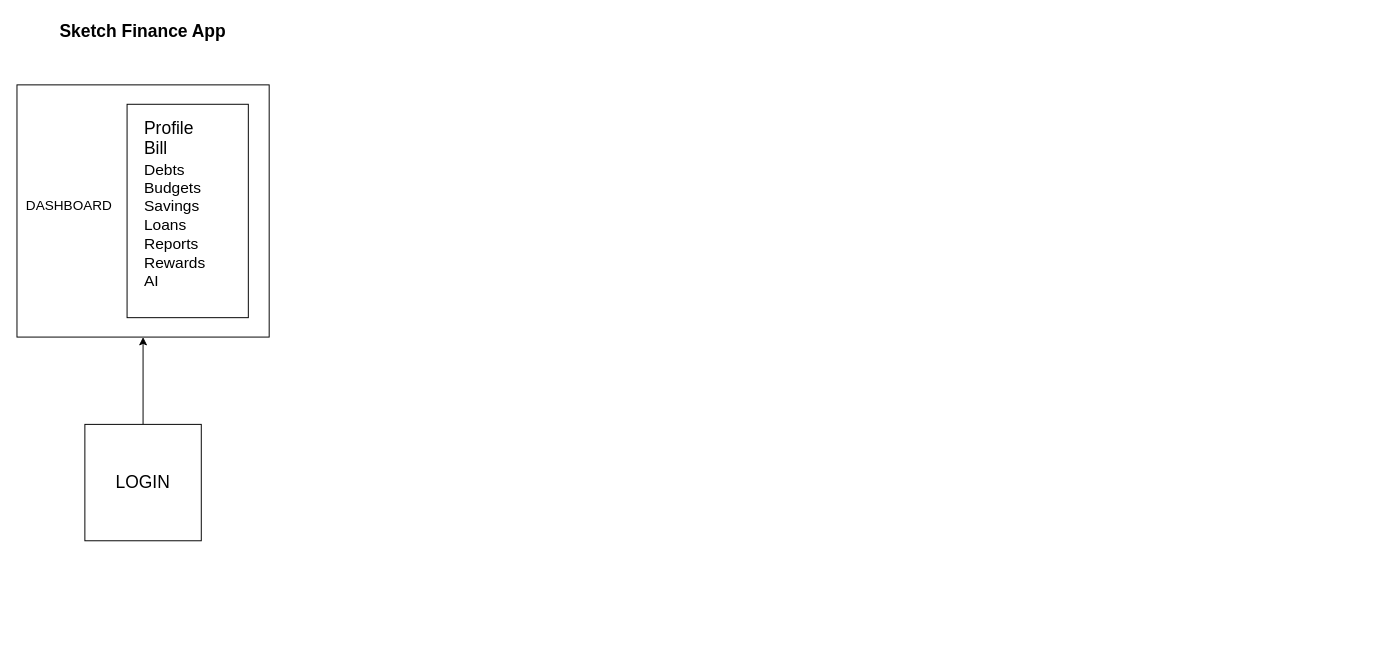
Earlier version of the draw.io diagram MVC and Sketch.drawio (cibusse/diagrams). Source tidied: cells renumbered, new cells numbered last; positions are measured from the earlier drawing's top-left corner, leaving out a move shared by most shapes. Both pictures are drawn from the tidied source at 97%, with x=0, y=0 at pixel (16, 16).
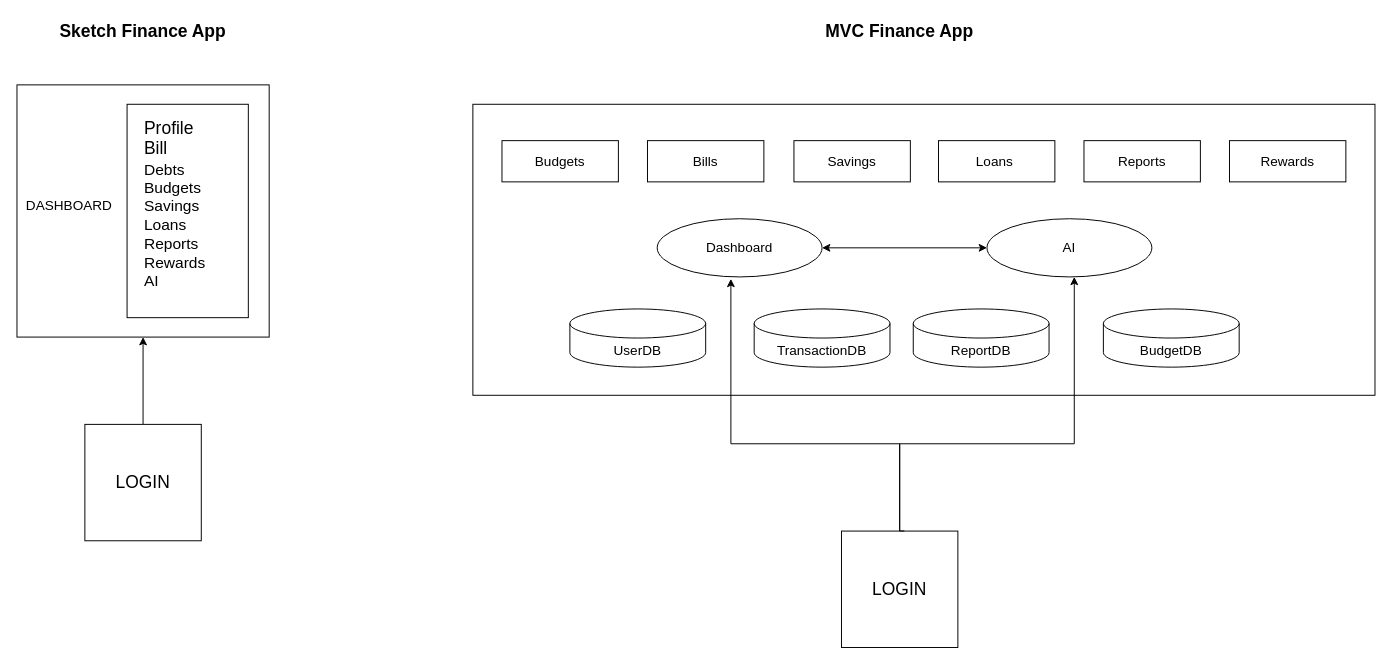
Above is the later version.

Diff of the diagram source:
```diff
@@
+    <mxCell id="9" style="rounded=0;whiteSpace=wrap;html=1;" parent="1" vertex="1">
+      <mxGeometry x="470" y="90" width="930" height="300" as="geometry" />
+    </mxCell>
@@
+    <mxCell id="10" value="&lt;font style=&quot;font-size: 18px;&quot;&gt;LOGIN&lt;/font&gt;" style="whiteSpace=wrap;html=1;" parent="1" vertex="1">
+      <mxGeometry x="850" y="530" width="120" height="120" as="geometry" />
+    </mxCell>
+    <mxCell id="11" value="&lt;font style=&quot;font-size: 18px;&quot;&gt;&lt;b&gt;MVC Finance App&lt;/b&gt;&lt;/font&gt;" style="text;html=1;align=center;verticalAlign=middle;whiteSpace=wrap;rounded=0;" parent="1" vertex="1">
+      <mxGeometry x="795" width="230" height="30" as="geometry" />
+    </mxCell>
+    <mxCell id="12" value="&lt;font style=&quot;font-size: 14px;&quot;&gt;UserDB&lt;/font&gt;" style="shape=cylinder3;whiteSpace=wrap;html=1;boundedLbl=1;backgroundOutline=1;size=15;" parent="1" vertex="1">
+      <mxGeometry x="570" y="301" width="140" height="60" as="geometry" />
+    </mxCell>
+    <mxCell id="13" value="&lt;font style=&quot;font-size: 14px;&quot;&gt;TransactionDB&lt;/font&gt;" style="shape=cylinder3;whiteSpace=wrap;html=1;boundedLbl=1;backgroundOutline=1;size=15;" parent="1" vertex="1">
+      <mxGeometry x="760" y="301" width="140" height="60" as="geometry" />
+    </mxCell>
+    <mxCell id="14" value="&lt;font style=&quot;font-size: 14px;&quot;&gt;ReportDB&lt;/font&gt;" style="shape=cylinder3;whiteSpace=wrap;html=1;boundedLbl=1;backgroundOutline=1;size=15;" parent="1" vertex="1">
+      <mxGeometry x="924" y="301" width="140" height="60" as="geometry" />
+    </mxCell>
+    <mxCell id="15" value="&lt;font style=&quot;font-size: 14px;&quot;&gt;BudgetDB&lt;/font&gt;" style="shape=cylinder3;whiteSpace=wrap;html=1;boundedLbl=1;backgroundOutline=1;size=15;" parent="1" vertex="1">
+      <mxGeometry x="1120" y="301" width="140" height="60" as="geometry" />
+    </mxCell>
+    <mxCell id="16" value="&lt;font style=&quot;font-size: 14px;&quot;&gt;Dashboard&lt;/font&gt;" style="ellipse;whiteSpace=wrap;html=1;" parent="1" vertex="1">
+      <mxGeometry x="660" y="208" width="170" height="60" as="geometry" />
+    </mxCell>
+    <mxCell id="17" value="&lt;font style=&quot;font-size: 14px;&quot;&gt;AI&lt;/font&gt;" style="ellipse;whiteSpace=wrap;html=1;" parent="1" vertex="1">
+      <mxGeometry x="1000" y="208" width="170" height="60" as="geometry" />
+    </mxCell>
+    <mxCell id="18" value="&lt;font style=&quot;font-size: 14px;&quot;&gt;Budgets&lt;/font&gt;" style="rounded=0;whiteSpace=wrap;html=1;" parent="1" vertex="1">
+      <mxGeometry x="500" y="127.5" width="120" height="42.5" as="geometry" />
+    </mxCell>
+    <mxCell id="19" value="&lt;font style=&quot;font-size: 14px;&quot;&gt;Bills&lt;/font&gt;" style="rounded=0;whiteSpace=wrap;html=1;" parent="1" vertex="1">
+      <mxGeometry x="650" y="127.5" width="120" height="42.5" as="geometry" />
+    </mxCell>
+    <mxCell id="20" value="&lt;font style=&quot;font-size: 14px;&quot;&gt;Savings&lt;/font&gt;" style="rounded=0;whiteSpace=wrap;html=1;" parent="1" vertex="1">
+      <mxGeometry x="801" y="127.5" width="120" height="42.5" as="geometry" />
+    </mxCell>
+    <mxCell id="21" value="&lt;font style=&quot;font-size: 14px;&quot;&gt;Loans&amp;nbsp;&lt;/font&gt;" style="rounded=0;whiteSpace=wrap;html=1;" parent="1" vertex="1">
+      <mxGeometry x="950" y="127.5" width="120" height="42.5" as="geometry" />
+    </mxCell>
+    <mxCell id="22" value="&lt;font style=&quot;font-size: 14px;&quot;&gt;Reports&lt;/font&gt;" style="rounded=0;whiteSpace=wrap;html=1;" parent="1" vertex="1">
+      <mxGeometry x="1100" y="127.5" width="120" height="42.5" as="geometry" />
+    </mxCell>
+    <mxCell id="23" value="&lt;font style=&quot;font-size: 14px;&quot;&gt;Rewards&lt;/font&gt;" style="rounded=0;whiteSpace=wrap;html=1;" parent="1" vertex="1">
+      <mxGeometry x="1250" y="127.5" width="120" height="42.5" as="geometry" />
+    </mxCell>
+    <mxCell id="24" style="edgeStyle=orthogonalEdgeStyle;rounded=0;jettySize=auto;html=1;exitX=0.5;exitY=0;exitDx=0;exitDy=0;entryX=0.447;entryY=1.033;entryDx=0;entryDy=0;entryPerimeter=0;" parent="1" edge="1" source="10" target="16">
+      <mxGeometry relative="1" as="geometry">
+        <Array as="points">
+          <mxPoint x="910" y="530" />
+          <mxPoint x="910" y="440" />
+          <mxPoint x="736" y="440" />
+        </Array>
+      </mxGeometry>
+    </mxCell>
+    <mxCell id="25" style="endArrow=classic;startArrow=classic;html=1;rounded=0;exitX=1;exitY=0.5;exitDx=0;exitDy=0;entryX=0;entryY=0.5;entryDx=0;entryDy=0;" parent="1" edge="1" source="16" target="17">
+      <mxGeometry relative="1" as="geometry" />
+    </mxCell>
+    <mxCell id="26" style="edgeStyle=orthogonalEdgeStyle;rounded=0;jettySize=auto;html=1;exitX=0.54;exitY=-0.001;exitDx=0;exitDy=0;exitPerimeter=0;" parent="1" edge="1" source="10" target="17">
+      <mxGeometry relative="1" as="geometry">
+        <Array as="points">
+          <mxPoint x="910" y="530" />
+          <mxPoint x="910" y="440" />
+          <mxPoint x="1090" y="440" />
+        </Array>
+      </mxGeometry>
+    </mxCell>
```
